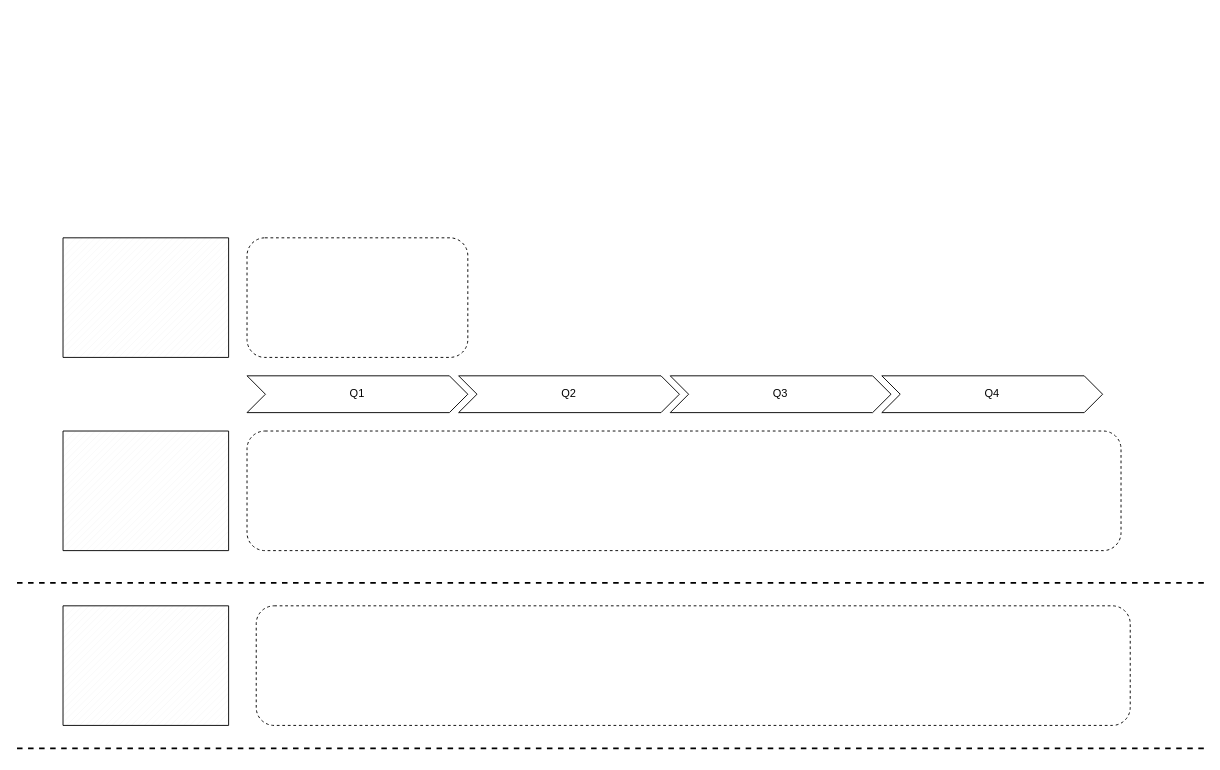
18857545022/- keeps this draw.io diagram as 未命名绘图.drawio. Above is the earlier version. Source tidied: cells renumbered, new cells numbered last; positions are measured from the earlier drawing's top-left corner, leaving out a move shared by most shapes. Both pictures are drawn from the tidied source at 92%, with x=0, y=0 at pixel (17, 237).
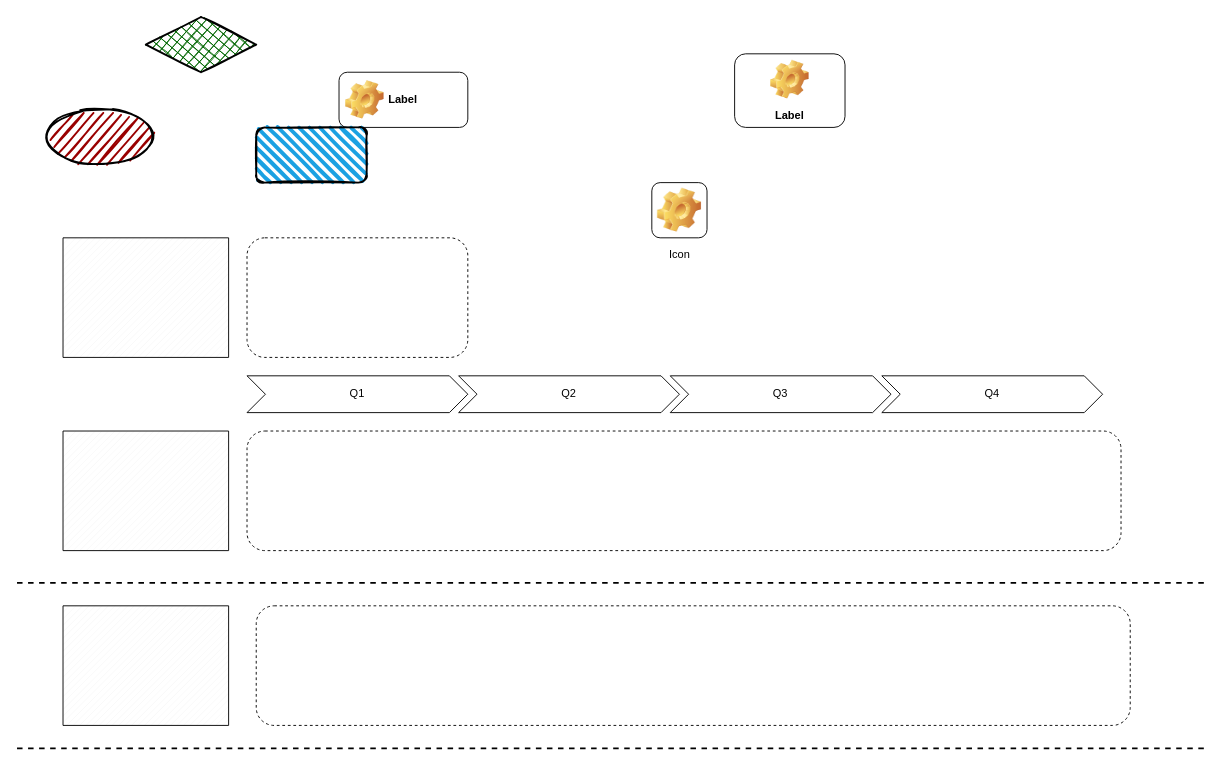
The same page after the edit.

Commit message (it also covers changes not shown here):
更新未命名绘图.drawio

Diff of the diagram source:
```diff
@@
+    <mxCell id="15" value="Icon" style="icon;html=1;image=img/clipart/Gear_128x128.png;" parent="1" vertex="1">
+      <mxGeometry x="690" y="-60" width="60" height="60" as="geometry" />
+    </mxCell>
+    <mxCell id="16" value="Label" style="label;whiteSpace=wrap;html=1;image=img/clipart/Gear_128x128.png;" parent="1" vertex="1">
+      <mxGeometry x="350" y="-180" width="140" height="60" as="geometry" />
+    </mxCell>
+    <mxCell id="17" value="Label" style="label;whiteSpace=wrap;html=1;align=center;verticalAlign=bottom;spacingLeft=0;spacingBottom=4;imageAlign=center;imageVerticalAlign=top;image=img/clipart/Gear_128x128.png;" parent="1" vertex="1">
+      <mxGeometry x="780" y="-200" width="120" height="80" as="geometry" />
+    </mxCell>
+    <mxCell id="18" style="ellipse;whiteSpace=wrap;html=1;strokeWidth=2;fillWeight=2;hachureGap=8;fillColor=#990000;fillStyle=dots;sketch=1;" parent="1" vertex="1">
+      <mxGeometry x="30" y="-140" width="120" height="60" as="geometry" />
+    </mxCell>
+    <mxCell id="19" style="rounded=1;whiteSpace=wrap;html=1;strokeWidth=2;fillWeight=4;hachureGap=8;hachureAngle=45;fillColor=#1ba1e2;sketch=1;" parent="1" vertex="1">
+      <mxGeometry x="260" y="-120" width="120" height="60" as="geometry" />
+    </mxCell>
+    <mxCell id="20" style="rhombus;whiteSpace=wrap;html=1;strokeWidth=2;fillWeight=-1;hachureGap=8;fillStyle=cross-hatch;fillColor=#006600;sketch=1;" parent="1" vertex="1">
+      <mxGeometry x="140" y="-240" width="120" height="60" as="geometry" />
+    </mxCell>
```
